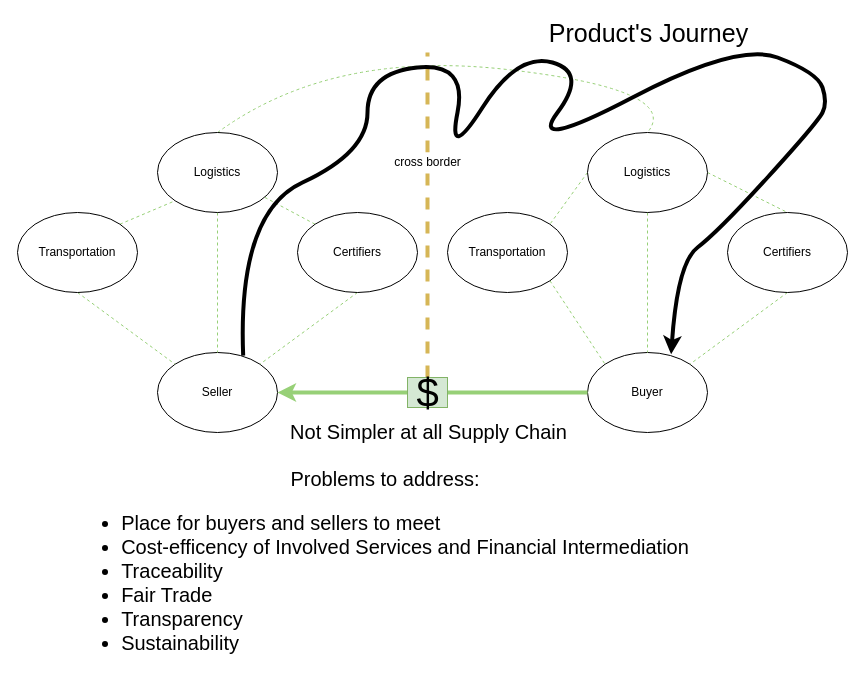
joselara112/diagrams keeps this draw.io diagram as page "Copy of Page-2" (5 of 8) of supply_chain_diagram.drawio. Above is the earlier version. Source tidied: cells renumbered, new cells numbered last; positions are measured from the earlier drawing's top-left corner, leaving out a move shared by most shapes. Both pictures are drawn from the tidied source at 100%, with x=0, y=0 at pixel (17, 21).
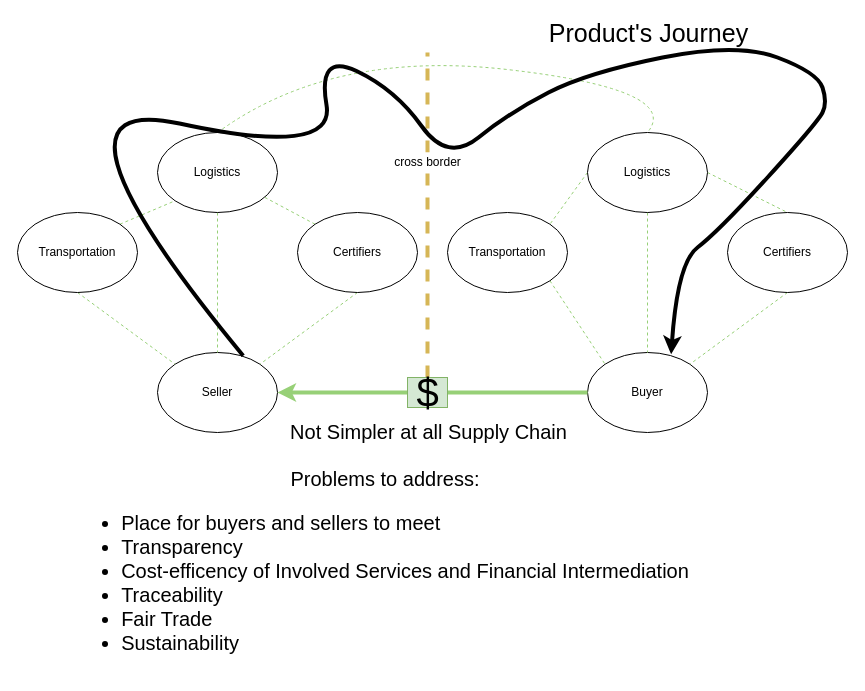
The same diagram, later.

The change refers to these unchanged cells:
```xml
<mxCell id="5" value="Buyer" style="ellipse;whiteSpace=wrap;html=1;strokeColor=#000000;fillColor=#ffffff;" parent="1" vertex="1">
  <mxGeometry x="570" y="331" width="120" height="80" as="geometry" />
</mxCell>
<mxCell id="6" value="Seller" style="ellipse;whiteSpace=wrap;html=1;strokeColor=#000000;fillColor=#ffffff;" parent="1" vertex="1">
  <mxGeometry x="140" y="331" width="120" height="80" as="geometry" />
</mxCell>
```

The edit, as a diff of the source:
```diff
@@
     <mxCell id="25" style="curved=1;endArrow=classic;html=1;strokeColor=#000000;strokeWidth=4;exitX=0.714;exitY=0.04;exitDx=0;exitDy=0;exitPerimeter=0;entryX=0.697;entryY=0.023;entryDx=0;entryDy=0;entryPerimeter=0;" parent="1" edge="1" source="6" target="5">
       <mxGeometry relative="1" as="geometry">
         <Array as="points">
-          <mxPoint x="220" y="191" />
-          <mxPoint x="350" y="131" />
-          <mxPoint x="350" y="51" />
-          <mxPoint x="450" y="41" />
+          <mxPoint x="6" y="68" />
+          <mxPoint x="318" y="136" />
+          <mxPoint x="300" y="31" />
+          <mxPoint x="378" y="68" />
           <mxPoint x="430" y="141" />
-          <mxPoint x="500" y="31" />
+          <mxPoint x="492" y="91" />
           <mxPoint x="570" y="51" />
-          <mxPoint x="510" y="131" />
           <mxPoint x="720" y="21" />
           <mxPoint x="800" y="51" />
           <mxPoint x="810" y="81" />
           <mxPoint x="800" y="101" />
           <mxPoint x="700" y="211" />
           <mxPoint x="660" y="241" />
         </Array>
       </mxGeometry>
     </mxCell>
@@
-    <mxCell id="31" value="&lt;font style=&quot;font-size: 20px&quot;&gt;Problems to address:&lt;br&gt;&lt;div style=&quot;text-align: left&quot;&gt;&lt;ul&gt;&lt;li&gt;&lt;div style=&quot;text-align: left&quot;&gt;&lt;span&gt;Place for buyers and sellers to meet&lt;/span&gt;&lt;/div&gt;&lt;/li&gt;&lt;li&gt;&lt;font style=&quot;font-size: 20px&quot;&gt;&lt;div style=&quot;text-align: left&quot;&gt;&lt;span&gt;Cost-efficency of Involved Services and Financial Intermediation&lt;/span&gt;&lt;/div&gt;&lt;/font&gt;&lt;/li&gt;&lt;li&gt;&lt;font style=&quot;font-size: 20px&quot;&gt;&lt;div style=&quot;text-align: left&quot;&gt;&lt;span&gt;Traceability&lt;/span&gt;&lt;/div&gt;&lt;/font&gt;&lt;/li&gt;&lt;li&gt;&lt;font style=&quot;font-size: 20px&quot;&gt;&lt;div style=&quot;text-align: left&quot;&gt;&lt;span&gt;Fair Trade&lt;/span&gt;&lt;/div&gt;&lt;/font&gt;&lt;/li&gt;&lt;li&gt;&lt;font style=&quot;font-size: 20px&quot;&gt;&lt;div style=&quot;text-align: left&quot;&gt;&lt;span&gt;Transparency&lt;/span&gt;&lt;/div&gt;&lt;/font&gt;&lt;/li&gt;&lt;li&gt;&lt;font style=&quot;font-size: 20px&quot;&gt;&lt;div style=&quot;text-align: left&quot;&gt;&lt;span&gt;Sustainability&lt;/span&gt;&lt;/div&gt;&lt;/font&gt;&lt;/li&gt;&lt;/ul&gt;&lt;/div&gt;&lt;/font&gt;" style="text;html=1;strokeColor=none;fillColor=none;align=center;verticalAlign=middle;whiteSpace=wrap;rounded=0;" parent="1" vertex="1">
+    <mxCell id="31" value="&lt;font style=&quot;font-size: 20px&quot;&gt;Problems to address:&lt;br&gt;&lt;div style=&quot;text-align: left&quot;&gt;&lt;ul&gt;&lt;li&gt;&lt;div style=&quot;text-align: left&quot;&gt;&lt;span&gt;Place for buyers and sellers to meet&lt;/span&gt;&lt;/div&gt;&lt;/li&gt;&lt;li&gt;&lt;font style=&quot;font-size: 20px&quot;&gt;&lt;div style=&quot;text-align: left&quot;&gt;&lt;span&gt;&lt;span&gt;Transparency&lt;/span&gt;&lt;/span&gt;&lt;/div&gt;&lt;/font&gt;&lt;/li&gt;&lt;li&gt;&lt;div style=&quot;text-align: left&quot;&gt;&lt;span&gt;Cost-efficency of Involved Services and Financial Intermediation&lt;/span&gt;&lt;/div&gt;&lt;/li&gt;&lt;li&gt;&lt;font style=&quot;font-size: 20px&quot;&gt;&lt;div style=&quot;text-align: left&quot;&gt;&lt;span&gt;Traceability&lt;/span&gt;&lt;/div&gt;&lt;/font&gt;&lt;/li&gt;&lt;li&gt;&lt;font style=&quot;font-size: 20px&quot;&gt;&lt;div style=&quot;text-align: left&quot;&gt;&lt;span&gt;Fair Trade&lt;/span&gt;&lt;/div&gt;&lt;/font&gt;&lt;/li&gt;&lt;li&gt;&lt;font style=&quot;font-size: 20px&quot;&gt;&lt;div style=&quot;text-align: left&quot;&gt;&lt;span&gt;Sustainability&lt;/span&gt;&lt;br&gt;&lt;/div&gt;&lt;/font&gt;&lt;/li&gt;&lt;/ul&gt;&lt;/div&gt;&lt;/font&gt;" style="text;html=1;strokeColor=none;fillColor=none;align=center;verticalAlign=middle;whiteSpace=wrap;rounded=0;" parent="1" vertex="1">
       <mxGeometry x="48" y="457" width="640" height="183" as="geometry" />
     </mxCell>
```
